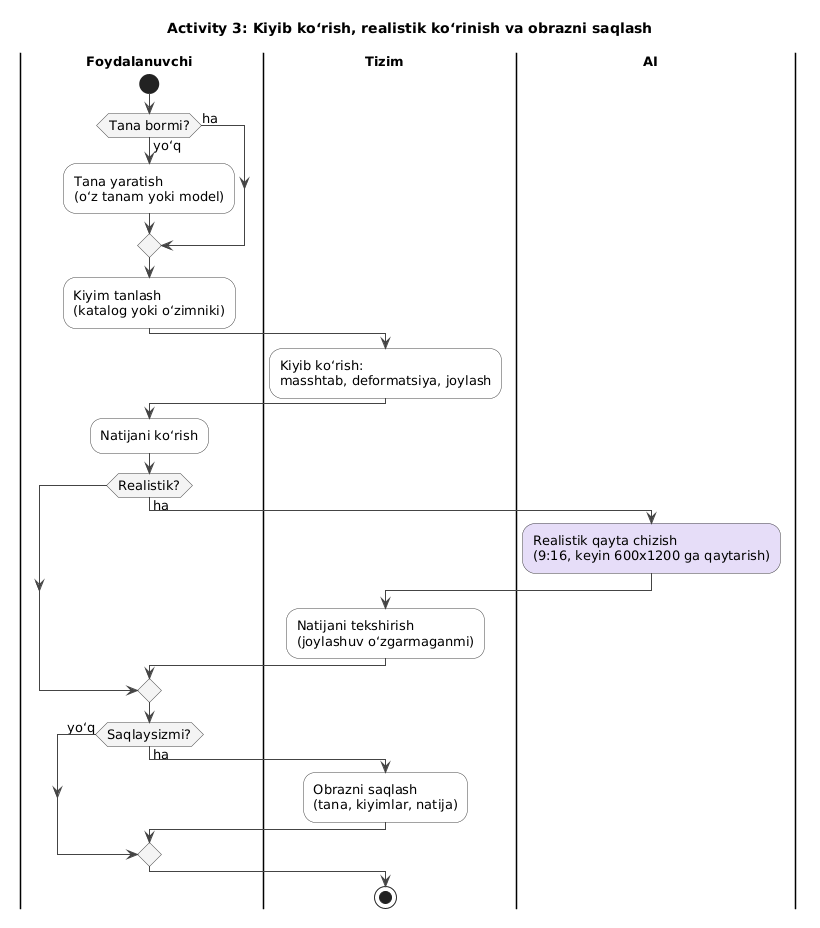
The PlantUML diagram docs/diagrams/activity-3-try-on.png in Zarnigor/Virtual-Try-On, before a commit. Its diagram source:
```plantuml
@startuml
!include _style.puml
title Activity 3: Kiyib koʻrish, realistik koʻrinish va obrazni saqlash

|Foydalanuvchi|
start
if (Tana bormi?) then (ha)
else (yoʻq)
  :Tana yaratish\n(oʻz tanam yoki model);
endif
:Kiyim tanlash\n(katalog yoki oʻzimniki);
|Tizim|
:Kiyib koʻrish:\nmasshtab, deformatsiya, joylash;
|Foydalanuvchi|
:Natijani koʻrish;
if (Realistik?) then (ha)
  |AI|
  :Realistik qayta chizish\n(9:16, keyin 600x1200 ga qaytarish); <<#E6DDF8>>
  |Tizim|
  :Natijani tekshirish\n(joylashuv oʻzgarmaganmi);
endif
|Foydalanuvchi|
if (Saqlaysizmi?) then (ha)
  |Tizim|
  :Obrazni saqlash\n(tana, kiyimlar, natija);
else (yoʻq)
endif
stop
@enduml
```
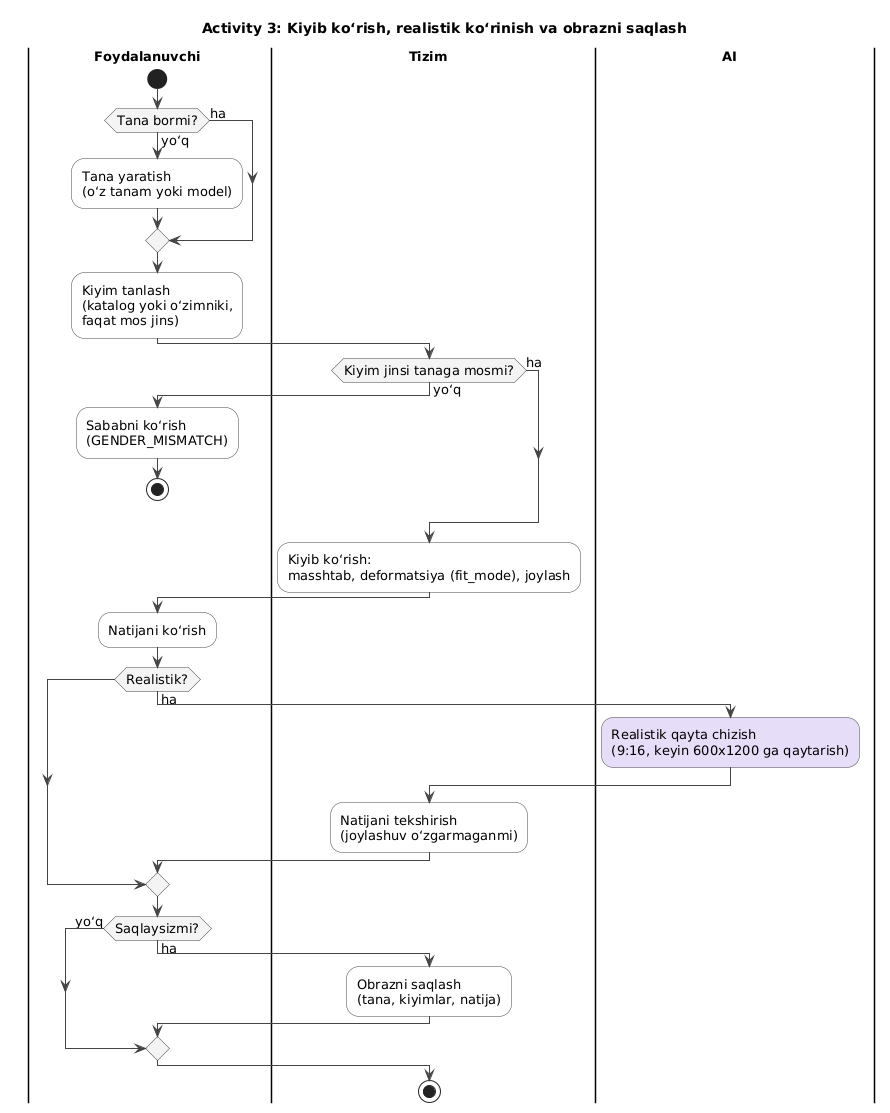
The same file after the commit.

What changed in the source:
```diff
@@ -8,14 +8,21 @@
 else (yoʻq)
   :Tana yaratish\n(oʻz tanam yoki model);
 endif
-:Kiyim tanlash\n(katalog yoki oʻzimniki);
+:Kiyim tanlash\n(katalog yoki oʻzimniki,\nfaqat mos jins);
 |Tizim|
-:Kiyib koʻrish:\nmasshtab, deformatsiya, joylash;
+if (Kiyim jinsi tanaga mosmi?) then (ha)
+else (yoʻq)
+  |Foydalanuvchi|
+  :Sababni koʻrish\n(GENDER_MISMATCH);
+  stop
+endif
+|Tizim|
+:Kiyib koʻrish:\nmasshtab, deformatsiya (fit_mode), joylash;
 |Foydalanuvchi|
 :Natijani koʻrish;
 if (Realistik?) then (ha)
   |AI|
-  :Realistik qayta chizish\n(9:16, keyin 600x1200 ga qaytarish); <<#E6DDF8>>
+  #E6DDF8:Realistik qayta chizish\n(9:16, keyin 600x1200 ga qaytarish);
   |Tizim|
   :Natijani tekshirish\n(joylashuv oʻzgarmaganmi);
 endif
```
